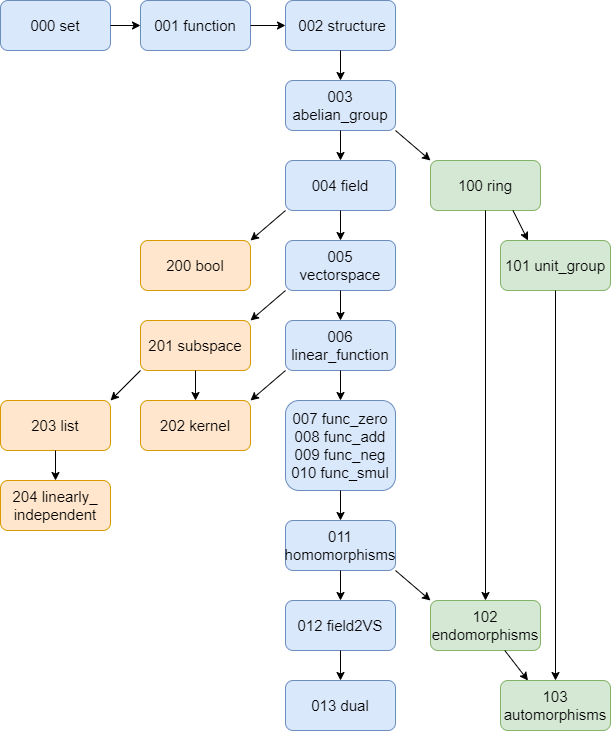
Earlier version of the draw.io export project_structure.png (Felix-Thiele/Lin-Algebra-Formalization-FTL). Source tidied: cells renumbered, new cells last; positions are measured from the earlier drawing's top-left corner, leaving out a move shared by most shapes.
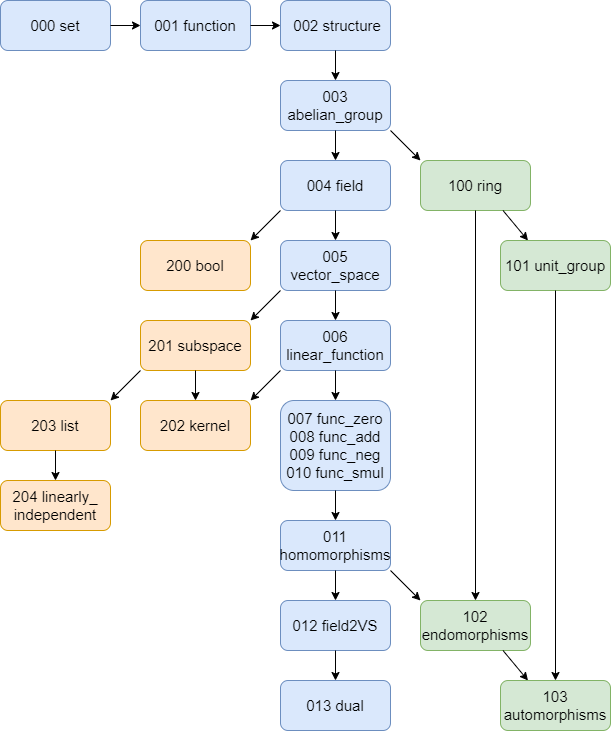
The same file after the commit.

Commit message:
project structure png and pdf

The edit, as a diff of the source:
```diff
@@ -1,15 +1,15 @@
-<mxGraphModel background="#ffffff">
+<mxGraphModel>
   <root>
     <mxCell id="0" />
     <mxCell id="1" parent="0" />
     <mxCell id="2" value="000 set" style="rounded=1;whiteSpace=wrap;html=1;fontSize=15;fillColor=#dae8fc;strokeColor=#6c8ebf;" parent="1" vertex="1">
-      <mxGeometry width="110" height="50" as="geometry" />
+      <mxGeometry x="80" y="110" width="110" height="50" as="geometry" />
     </mxCell>
     <mxCell id="3" value="001 function" style="rounded=1;whiteSpace=wrap;html=1;fontSize=15;fillColor=#dae8fc;strokeColor=#6c8ebf;" parent="1" vertex="1">
-      <mxGeometry x="140" width="110" height="50" as="geometry" />
+      <mxGeometry x="220" y="110" width="110" height="50" as="geometry" />
     </mxCell>
     <mxCell id="4" value="&amp;nbsp;002 structure" style="rounded=1;whiteSpace=wrap;html=1;fontSize=15;fillColor=#dae8fc;strokeColor=#6c8ebf;" parent="1" vertex="1">
-      <mxGeometry x="285" width="110" height="50" as="geometry" />
+      <mxGeometry x="360" y="110" width="110" height="50" as="geometry" />
     </mxCell>
     <mxCell id="5" style="endArrow=classic;html=1;fontSize=15;exitX=1;exitY=0.5;exitDx=0;exitDy=0;entryX=0;entryY=0.5;entryDx=0;entryDy=0;" parent="1" edge="1" source="2" target="3">
       <mxGeometry relative="1" as="geometry" />
@@ -18,31 +18,31 @@
       <mxGeometry relative="1" as="geometry" />
     </mxCell>
     <mxCell id="7" value="003 abelian_group" style="rounded=1;whiteSpace=wrap;html=1;fontSize=15;fillColor=#dae8fc;strokeColor=#6c8ebf;" parent="1" vertex="1">
-      <mxGeometry x="285" y="80" width="110" height="50" as="geometry" />
+      <mxGeometry x="360" y="190" width="110" height="50" as="geometry" />
     </mxCell>
     <mxCell id="8" value="004 field" style="rounded=1;whiteSpace=wrap;html=1;fontSize=15;fillColor=#dae8fc;strokeColor=#6c8ebf;" parent="1" vertex="1">
-      <mxGeometry x="285" y="160" width="110" height="50" as="geometry" />
+      <mxGeometry x="360" y="270" width="110" height="50" as="geometry" />
     </mxCell>
-    <mxCell id="9" value="005 vectorspace" style="rounded=1;whiteSpace=wrap;html=1;fontSize=15;fillColor=#dae8fc;strokeColor=#6c8ebf;" parent="1" vertex="1">
-      <mxGeometry x="285" y="240" width="110" height="50" as="geometry" />
-    </mxCell>
+    <mxCell id="44" value="005 vector_space" style="rounded=1;whiteSpace=wrap;html=1;fontSize=15;fillColor=#dae8fc;strokeColor=#6c8ebf;" parent="1" vertex="1">
+      <mxGeometry x="360" y="350" width="110" height="50" as="geometry" />
+    </mxCell>
     <mxCell id="10" style="endArrow=classic;html=1;fontSize=15;exitX=0.5;exitY=1;exitDx=0;exitDy=0;entryX=0.5;entryY=0;entryDx=0;entryDy=0;" parent="1" edge="1" source="7" target="8">
       <mxGeometry relative="1" as="geometry" />
     </mxCell>
-    <mxCell id="11" style="endArrow=classic;html=1;fontSize=15;exitX=0.5;exitY=1;exitDx=0;exitDy=0;entryX=0.5;entryY=0;entryDx=0;entryDy=0;" parent="1" edge="1" source="8" target="9">
-      <mxGeometry relative="1" as="geometry" />
-    </mxCell>
+    <mxCell id="45" style="endArrow=classic;html=1;fontSize=15;exitX=0.5;exitY=1;exitDx=0;exitDy=0;entryX=0.5;entryY=0;entryDx=0;entryDy=0;" parent="1" edge="1" source="8" target="44">
+      <mxGeometry relative="1" as="geometry" />
+    </mxCell>
     <mxCell id="12" style="endArrow=classic;html=1;fontSize=15;exitX=0.5;exitY=1;exitDx=0;exitDy=0;" parent="1" edge="1" source="4" target="7">
       <mxGeometry relative="1" as="geometry" />
     </mxCell>
     <mxCell id="13" value="006 linear_function" style="rounded=1;whiteSpace=wrap;html=1;fontSize=15;fillColor=#dae8fc;strokeColor=#6c8ebf;" parent="1" vertex="1">
-      <mxGeometry x="285" y="320" width="110" height="50" as="geometry" />
+      <mxGeometry x="360" y="430" width="110" height="50" as="geometry" />
     </mxCell>
     <mxCell id="14" value="007 func_zero&lt;br style=&quot;font-size: 15px&quot;&gt;008 func_add&lt;br style=&quot;font-size: 15px&quot;&gt;009 func_neg&lt;br style=&quot;font-size: 15px&quot;&gt;010 func_smul" style="rounded=1;whiteSpace=wrap;html=1;fontSize=15;fillColor=#dae8fc;strokeColor=#6c8ebf;" parent="1" vertex="1">
-      <mxGeometry x="285" y="400" width="110" height="90" as="geometry" />
+      <mxGeometry x="360" y="510" width="110" height="90" as="geometry" />
     </mxCell>
     <mxCell id="15" value="011 homomorphisms" style="rounded=1;whiteSpace=wrap;html=1;fontSize=15;fillColor=#dae8fc;strokeColor=#6c8ebf;" parent="1" vertex="1">
-      <mxGeometry x="285" y="520" width="110" height="50" as="geometry" />
+      <mxGeometry x="360" y="630" width="110" height="50" as="geometry" />
     </mxCell>
     <mxCell id="16" style="endArrow=classic;html=1;fontSize=15;exitX=0.5;exitY=1;exitDx=0;exitDy=0;entryX=0.5;entryY=0;entryDx=0;entryDy=0;" parent="1" edge="1" source="13" target="14">
       <mxGeometry relative="1" as="geometry" />
@@ -51,19 +51,19 @@
       <mxGeometry relative="1" as="geometry" />
     </mxCell>
     <mxCell id="18" value="013 dual" style="rounded=1;whiteSpace=wrap;html=1;fontSize=15;fillColor=#dae8fc;strokeColor=#6c8ebf;" parent="1" vertex="1">
-      <mxGeometry x="285" y="680" width="110" height="50" as="geometry" />
+      <mxGeometry x="360" y="790" width="110" height="50" as="geometry" />
     </mxCell>
-    <mxCell id="19" style="endArrow=classic;html=1;fontSize=15;exitX=0.5;exitY=1;exitDx=0;exitDy=0;entryX=0.5;entryY=0;entryDx=0;entryDy=0;" parent="1" edge="1" source="9" target="13">
-      <mxGeometry relative="1" as="geometry" />
-    </mxCell>
+    <mxCell id="46" style="endArrow=classic;html=1;fontSize=15;exitX=0.5;exitY=1;exitDx=0;exitDy=0;entryX=0.5;entryY=0;entryDx=0;entryDy=0;" parent="1" edge="1" source="44" target="13">
+      <mxGeometry relative="1" as="geometry" />
+    </mxCell>
     <mxCell id="20" value="100 ring" style="rounded=1;whiteSpace=wrap;html=1;fontSize=15;fillColor=#d5e8d4;strokeColor=#82b366;" parent="1" vertex="1">
-      <mxGeometry x="430" y="160" width="110" height="50" as="geometry" />
+      <mxGeometry x="500" y="270" width="110" height="50" as="geometry" />
     </mxCell>
     <mxCell id="21" style="endArrow=classic;html=1;fontSize=15;exitX=1;exitY=1;exitDx=0;exitDy=0;entryX=0;entryY=0;entryDx=0;entryDy=0;" parent="1" edge="1" source="7" target="20">
       <mxGeometry relative="1" as="geometry" />
     </mxCell>
     <mxCell id="22" value="012 field2VS" style="rounded=1;whiteSpace=wrap;html=1;fontSize=15;fillColor=#dae8fc;strokeColor=#6c8ebf;" parent="1" vertex="1">
-      <mxGeometry x="285" y="600" width="110" height="50" as="geometry" />
+      <mxGeometry x="360" y="710" width="110" height="50" as="geometry" />
     </mxCell>
     <mxCell id="23" style="endArrow=classic;html=1;fontSize=15;exitX=0.5;exitY=1;exitDx=0;exitDy=0;entryX=0.5;entryY=0;entryDx=0;entryDy=0;" parent="1" edge="1" source="15" target="22">
       <mxGeometry relative="1" as="geometry" />
@@ -72,31 +72,31 @@
       <mxGeometry relative="1" as="geometry" />
     </mxCell>
     <mxCell id="25" value="200 bool" style="rounded=1;whiteSpace=wrap;html=1;fontSize=15;fillColor=#ffe6cc;strokeColor=#d79b00;" parent="1" vertex="1">
-      <mxGeometry x="140" y="240" width="110" height="50" as="geometry" />
+      <mxGeometry x="220" y="350" width="110" height="50" as="geometry" />
     </mxCell>
     <mxCell id="26" style="endArrow=classic;html=1;fontSize=15;entryX=1;entryY=0;entryDx=0;entryDy=0;exitX=0;exitY=1;exitDx=0;exitDy=0;" parent="1" edge="1" source="8" target="25">
       <mxGeometry relative="1" as="geometry" />
     </mxCell>
     <mxCell id="27" value="101 unit_group" style="rounded=1;whiteSpace=wrap;html=1;fontSize=15;fillColor=#d5e8d4;strokeColor=#82b366;" parent="1" vertex="1">
-      <mxGeometry x="500" y="240" width="110" height="50" as="geometry" />
+      <mxGeometry x="580" y="350" width="110" height="50" as="geometry" />
     </mxCell>
     <mxCell id="28" style="endArrow=classic;html=1;fontSize=15;entryX=0.25;entryY=0;entryDx=0;entryDy=0;exitX=0.75;exitY=1;exitDx=0;exitDy=0;" parent="1" edge="1" source="20" target="27">
       <mxGeometry relative="1" as="geometry" />
     </mxCell>
     <mxCell id="29" value="102 endomorphisms" style="rounded=1;whiteSpace=wrap;html=1;fontSize=15;fillColor=#d5e8d4;strokeColor=#82b366;" parent="1" vertex="1">
-      <mxGeometry x="430" y="600" width="110" height="50" as="geometry" />
+      <mxGeometry x="500" y="710" width="110" height="50" as="geometry" />
     </mxCell>
     <mxCell id="30" style="endArrow=classic;html=1;fontSize=15;entryX=0;entryY=0;entryDx=0;entryDy=0;exitX=1;exitY=1;exitDx=0;exitDy=0;" parent="1" edge="1" source="15" target="29">
       <mxGeometry relative="1" as="geometry" />
     </mxCell>
     <mxCell id="31" value="201 subspace" style="rounded=1;whiteSpace=wrap;html=1;fontSize=15;fillColor=#ffe6cc;strokeColor=#d79b00;" parent="1" vertex="1">
-      <mxGeometry x="140" y="320" width="110" height="50" as="geometry" />
+      <mxGeometry x="220" y="430" width="110" height="50" as="geometry" />
     </mxCell>
-    <mxCell id="32" style="endArrow=classic;html=1;fontSize=15;exitX=0;exitY=1;exitDx=0;exitDy=0;entryX=1;entryY=0;entryDx=0;entryDy=0;" parent="1" edge="1" source="9" target="31">
-      <mxGeometry relative="1" as="geometry" />
-    </mxCell>
+    <mxCell id="47" style="endArrow=classic;html=1;fontSize=15;exitX=0;exitY=1;exitDx=0;exitDy=0;entryX=1;entryY=0;entryDx=0;entryDy=0;" parent="1" edge="1" source="44" target="31">
+      <mxGeometry relative="1" as="geometry" />
+    </mxCell>
     <mxCell id="33" value="202 kernel" style="rounded=1;whiteSpace=wrap;html=1;fontSize=15;fillColor=#ffe6cc;strokeColor=#d79b00;" parent="1" vertex="1">
-      <mxGeometry x="140" y="400" width="110" height="50" as="geometry" />
+      <mxGeometry x="220" y="510" width="110" height="50" as="geometry" />
     </mxCell>
     <mxCell id="34" style="endArrow=classic;html=1;fontSize=15;exitX=0.5;exitY=1;exitDx=0;exitDy=0;entryX=0.5;entryY=0;entryDx=0;entryDy=0;" parent="1" edge="1" source="31" target="33">
       <mxGeometry relative="1" as="geometry" />
@@ -105,24 +105,24 @@
       <mxGeometry relative="1" as="geometry" />
     </mxCell>
     <mxCell id="36" value="203 list" style="rounded=1;whiteSpace=wrap;html=1;fontSize=15;fillColor=#ffe6cc;strokeColor=#d79b00;" parent="1" vertex="1">
-      <mxGeometry y="400" width="110" height="50" as="geometry" />
+      <mxGeometry x="80" y="510" width="110" height="50" as="geometry" />
     </mxCell>
     <mxCell id="37" style="endArrow=classic;html=1;fontSize=15;exitX=0;exitY=1;exitDx=0;exitDy=0;entryX=1;entryY=0;entryDx=0;entryDy=0;" parent="1" edge="1" source="31" target="36">
       <mxGeometry relative="1" as="geometry" />
     </mxCell>
     <mxCell id="38" value="204 linearly_&lt;br&gt;independent" style="rounded=1;whiteSpace=wrap;html=1;fontSize=15;fillColor=#ffe6cc;strokeColor=#d79b00;" parent="1" vertex="1">
-      <mxGeometry y="480" width="110" height="50" as="geometry" />
+      <mxGeometry x="80" y="590" width="110" height="50" as="geometry" />
     </mxCell>
     <mxCell id="39" style="endArrow=classic;html=1;fontSize=15;exitX=0.5;exitY=1;exitDx=0;exitDy=0;entryX=0.5;entryY=0;entryDx=0;entryDy=0;" parent="1" edge="1" source="36" target="38">
       <mxGeometry relative="1" as="geometry" />
     </mxCell>
     <mxCell id="40" value="103 automorphisms" style="rounded=1;whiteSpace=wrap;html=1;fontSize=15;fillColor=#d5e8d4;strokeColor=#82b366;" parent="1" vertex="1">
-      <mxGeometry x="500" y="680" width="110" height="50" as="geometry" />
+      <mxGeometry x="580" y="790" width="110" height="50" as="geometry" />
     </mxCell>
     <mxCell id="41" style="endArrow=classic;html=1;fontSize=15;exitX=0.5;exitY=1;exitDx=0;exitDy=0;entryX=0.5;entryY=0;entryDx=0;entryDy=0;" parent="1" edge="1" source="27" target="40">
       <mxGeometry relative="1" as="geometry" />
     </mxCell>
-    <mxCell id="42" style="endArrow=classic;html=1;fontSize=15;entryX=0.25;entryY=0;entryDx=0;entryDy=0;" parent="1" edge="1" source="29" target="40">
+    <mxCell id="42" style="endArrow=classic;html=1;fontSize=15;entryX=0.25;entryY=0;entryDx=0;entryDy=0;exitX=0.75;exitY=1;exitDx=0;exitDy=0;" parent="1" edge="1" source="29" target="40">
       <mxGeometry relative="1" as="geometry" />
     </mxCell>
     <mxCell id="43" style="endArrow=classic;html=1;exitX=0.5;exitY=1;exitDx=0;exitDy=0;entryX=0.5;entryY=0;entryDx=0;entryDy=0;" parent="1" edge="1" source="20" target="29">
```
